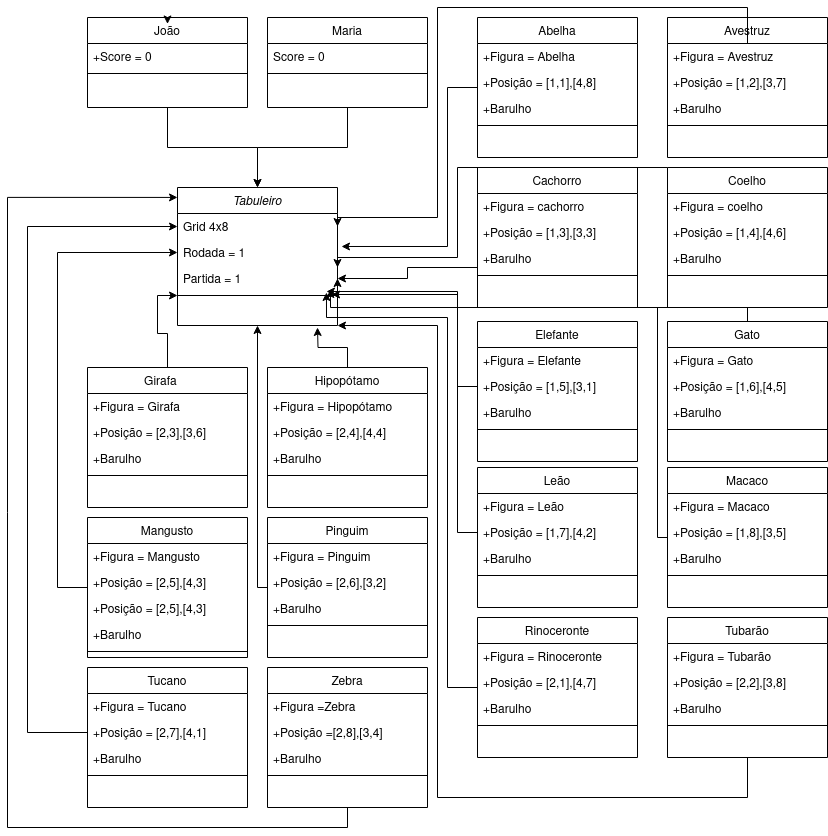
This is Diagrama de Objetos.drawio.png from FelipeRibeirooo/Entrega-03-OO-UML, a draw.io export, as it was before one commit. Source tidied: cells renumbered, new cells last; positions are measured from the earlier drawing's top-left corner, leaving out a move shared by most shapes.
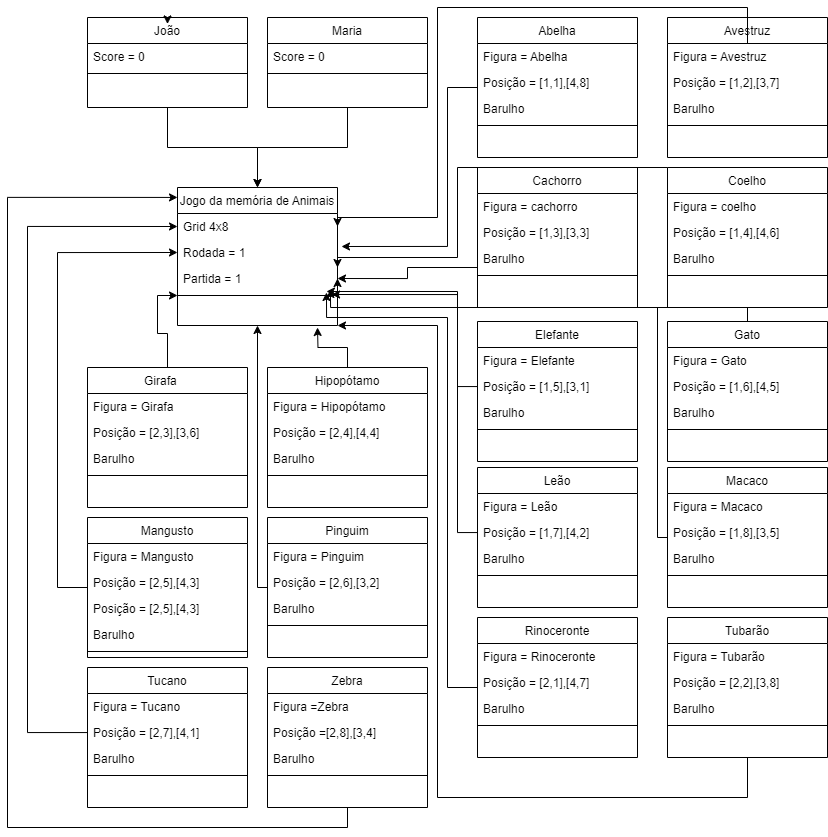
The same diagram one commit later.

The edit, as a diff of the source:
```diff
@@ -4,3 +4,3 @@
     <mxCell id="1" parent="0" />
-    <mxCell id="2" value="Tabuleiro" style="swimlane;fontStyle=2;align=center;verticalAlign=top;horizontal=1;startSize=26;rounded=0;shadow=0;strokeWidth=1;" parent="1" vertex="1">
+    <mxCell id="2" value="Jogo da memória de Animais" style="swimlane;fontStyle=0;align=center;verticalAlign=top;horizontal=1;startSize=26;rounded=0;shadow=0;strokeWidth=1;" parent="1" vertex="1">
       <mxGeometry x="170" y="180" width="160" height="138" as="geometry" />
@@ -25,3 +25,3 @@
     </mxCell>
-    <mxCell id="9" value="+Score = 0" style="text;align=left;verticalAlign=top;spacingLeft=4;spacingRight=4;overflow=hidden;" parent="8" vertex="1">
+    <mxCell id="9" value="Score = 0" style="text;align=left;verticalAlign=top;spacingLeft=4;spacingRight=4;overflow=hidden;" parent="8" vertex="1">
       <mxGeometry y="26" width="160" height="26" as="geometry" />
@@ -46,9 +46,9 @@
     </mxCell>
-    <mxCell id="16" value="+Figura = Abelha" style="text;align=left;verticalAlign=top;spacingLeft=4;spacingRight=4;overflow=hidden;" parent="15" vertex="1">
+    <mxCell id="16" value="Figura = Abelha" style="text;align=left;verticalAlign=top;spacingLeft=4;spacingRight=4;overflow=hidden;" parent="15" vertex="1">
       <mxGeometry y="26" width="160" height="26" as="geometry" />
     </mxCell>
-    <mxCell id="17" value="+Posição = [1,1],[4,8]" style="text;align=left;verticalAlign=top;spacingLeft=4;spacingRight=4;overflow=hidden;rounded=0;shadow=0;html=0;" parent="15" vertex="1">
+    <mxCell id="17" value="Posição = [1,1],[4,8]" style="text;align=left;verticalAlign=top;spacingLeft=4;spacingRight=4;overflow=hidden;rounded=0;shadow=0;html=0;" parent="15" vertex="1">
       <mxGeometry y="52" width="160" height="26" as="geometry" />
     </mxCell>
-    <mxCell id="18" value="+Barulho" style="text;align=left;verticalAlign=top;spacingLeft=4;spacingRight=4;overflow=hidden;rounded=0;shadow=0;html=0;" parent="15" vertex="1">
+    <mxCell id="18" value="Barulho" style="text;align=left;verticalAlign=top;spacingLeft=4;spacingRight=4;overflow=hidden;rounded=0;shadow=0;html=0;" parent="15" vertex="1">
       <mxGeometry y="78" width="160" height="26" as="geometry" />
@@ -64,9 +64,9 @@
     </mxCell>
-    <mxCell id="22" value="+Figura = Avestruz" style="text;align=left;verticalAlign=top;spacingLeft=4;spacingRight=4;overflow=hidden;points=[[0,0.5],[1,0.5]];portConstraint=eastwest;" parent="21" vertex="1">
+    <mxCell id="22" value="Figura = Avestruz" style="text;align=left;verticalAlign=top;spacingLeft=4;spacingRight=4;overflow=hidden;points=[[0,0.5],[1,0.5]];portConstraint=eastwest;" parent="21" vertex="1">
       <mxGeometry y="26" width="160" height="26" as="geometry" />
     </mxCell>
-    <mxCell id="23" value="+Posição = [1,2],[3,7]" style="text;align=left;verticalAlign=top;spacingLeft=4;spacingRight=4;overflow=hidden;rounded=0;shadow=0;html=0;" parent="21" vertex="1">
+    <mxCell id="23" value="Posição = [1,2],[3,7]" style="text;align=left;verticalAlign=top;spacingLeft=4;spacingRight=4;overflow=hidden;rounded=0;shadow=0;html=0;" parent="21" vertex="1">
       <mxGeometry y="52" width="160" height="26" as="geometry" />
     </mxCell>
-    <mxCell id="24" value="+Barulho" style="text;align=left;verticalAlign=top;spacingLeft=4;spacingRight=4;overflow=hidden;rounded=0;shadow=0;html=0;" parent="21" vertex="1">
+    <mxCell id="24" value="Barulho" style="text;align=left;verticalAlign=top;spacingLeft=4;spacingRight=4;overflow=hidden;rounded=0;shadow=0;html=0;" parent="21" vertex="1">
       <mxGeometry y="78" width="160" height="26" as="geometry" />
@@ -82,9 +82,9 @@
     </mxCell>
-    <mxCell id="28" value="+Figura = Girafa" style="text;align=left;verticalAlign=top;spacingLeft=4;spacingRight=4;overflow=hidden;" parent="27" vertex="1">
+    <mxCell id="28" value="Figura = Girafa" style="text;align=left;verticalAlign=top;spacingLeft=4;spacingRight=4;overflow=hidden;" parent="27" vertex="1">
       <mxGeometry y="26" width="160" height="26" as="geometry" />
     </mxCell>
-    <mxCell id="29" value="+Posição = [2,3],[3,6]" style="text;align=left;verticalAlign=top;spacingLeft=4;spacingRight=4;overflow=hidden;rounded=0;shadow=0;html=0;" parent="27" vertex="1">
+    <mxCell id="29" value="Posição = [2,3],[3,6]" style="text;align=left;verticalAlign=top;spacingLeft=4;spacingRight=4;overflow=hidden;rounded=0;shadow=0;html=0;" parent="27" vertex="1">
       <mxGeometry y="52" width="160" height="26" as="geometry" />
     </mxCell>
-    <mxCell id="30" value="+Barulho" style="text;align=left;verticalAlign=top;spacingLeft=4;spacingRight=4;overflow=hidden;rounded=0;shadow=0;html=0;" parent="27" vertex="1">
+    <mxCell id="30" value="Barulho" style="text;align=left;verticalAlign=top;spacingLeft=4;spacingRight=4;overflow=hidden;rounded=0;shadow=0;html=0;" parent="27" vertex="1">
       <mxGeometry y="78" width="160" height="26" as="geometry" />
@@ -97,9 +97,9 @@
     </mxCell>
-    <mxCell id="33" value="+Figura = cachorro" style="text;align=left;verticalAlign=top;spacingLeft=4;spacingRight=4;overflow=hidden;" parent="32" vertex="1">
+    <mxCell id="33" value="Figura = cachorro" style="text;align=left;verticalAlign=top;spacingLeft=4;spacingRight=4;overflow=hidden;" parent="32" vertex="1">
       <mxGeometry y="26" width="160" height="26" as="geometry" />
     </mxCell>
-    <mxCell id="34" value="+Posição = [1,3],[3,3]" style="text;align=left;verticalAlign=top;spacingLeft=4;spacingRight=4;overflow=hidden;rounded=0;shadow=0;html=0;" parent="32" vertex="1">
+    <mxCell id="34" value="Posição = [1,3],[3,3]" style="text;align=left;verticalAlign=top;spacingLeft=4;spacingRight=4;overflow=hidden;rounded=0;shadow=0;html=0;" parent="32" vertex="1">
       <mxGeometry y="52" width="160" height="26" as="geometry" />
     </mxCell>
-    <mxCell id="35" value="+Barulho" style="text;align=left;verticalAlign=top;spacingLeft=4;spacingRight=4;overflow=hidden;points=[[0,0.5],[1,0.5]];portConstraint=eastwest;rounded=0;shadow=0;html=0;" parent="32" vertex="1">
+    <mxCell id="35" value="Barulho" style="text;align=left;verticalAlign=top;spacingLeft=4;spacingRight=4;overflow=hidden;points=[[0,0.5],[1,0.5]];portConstraint=eastwest;rounded=0;shadow=0;html=0;" parent="32" vertex="1">
       <mxGeometry y="78" width="160" height="26" as="geometry" />
@@ -112,9 +112,9 @@
     </mxCell>
-    <mxCell id="38" value="+Figura = coelho" style="text;align=left;verticalAlign=top;spacingLeft=4;spacingRight=4;overflow=hidden;" parent="37" vertex="1">
+    <mxCell id="38" value="Figura = coelho" style="text;align=left;verticalAlign=top;spacingLeft=4;spacingRight=4;overflow=hidden;" parent="37" vertex="1">
       <mxGeometry y="26" width="160" height="26" as="geometry" />
     </mxCell>
-    <mxCell id="39" value="+Posição = [1,4],[4,6]" style="text;align=left;verticalAlign=top;spacingLeft=4;spacingRight=4;overflow=hidden;rounded=0;shadow=0;html=0;" parent="37" vertex="1">
+    <mxCell id="39" value="Posição = [1,4],[4,6]" style="text;align=left;verticalAlign=top;spacingLeft=4;spacingRight=4;overflow=hidden;rounded=0;shadow=0;html=0;" parent="37" vertex="1">
       <mxGeometry y="52" width="160" height="26" as="geometry" />
     </mxCell>
-    <mxCell id="40" value="+Barulho" style="text;align=left;verticalAlign=top;spacingLeft=4;spacingRight=4;overflow=hidden;rounded=0;shadow=0;html=0;" parent="37" vertex="1">
+    <mxCell id="40" value="Barulho" style="text;align=left;verticalAlign=top;spacingLeft=4;spacingRight=4;overflow=hidden;rounded=0;shadow=0;html=0;" parent="37" vertex="1">
       <mxGeometry y="78" width="160" height="26" as="geometry" />
@@ -132,9 +132,9 @@
     </mxCell>
-    <mxCell id="44" value="+Figura = Hipopótamo" style="text;align=left;verticalAlign=top;spacingLeft=4;spacingRight=4;overflow=hidden;" parent="43" vertex="1">
+    <mxCell id="44" value="Figura = Hipopótamo" style="text;align=left;verticalAlign=top;spacingLeft=4;spacingRight=4;overflow=hidden;" parent="43" vertex="1">
       <mxGeometry y="26" width="160" height="26" as="geometry" />
     </mxCell>
-    <mxCell id="45" value="+Posição = [2,4],[4,4]" style="text;align=left;verticalAlign=top;spacingLeft=4;spacingRight=4;overflow=hidden;rounded=0;shadow=0;html=0;" parent="43" vertex="1">
+    <mxCell id="45" value="Posição = [2,4],[4,4]" style="text;align=left;verticalAlign=top;spacingLeft=4;spacingRight=4;overflow=hidden;rounded=0;shadow=0;html=0;" parent="43" vertex="1">
       <mxGeometry y="52" width="160" height="26" as="geometry" />
     </mxCell>
-    <mxCell id="46" value="+Barulho" style="text;align=left;verticalAlign=top;spacingLeft=4;spacingRight=4;overflow=hidden;rounded=0;shadow=0;html=0;" parent="43" vertex="1">
+    <mxCell id="46" value="Barulho" style="text;align=left;verticalAlign=top;spacingLeft=4;spacingRight=4;overflow=hidden;rounded=0;shadow=0;html=0;" parent="43" vertex="1">
       <mxGeometry y="78" width="160" height="26" as="geometry" />
@@ -147,9 +147,9 @@
     </mxCell>
-    <mxCell id="49" value="+Figura = Elefante" style="text;align=left;verticalAlign=top;spacingLeft=4;spacingRight=4;overflow=hidden;" parent="48" vertex="1">
+    <mxCell id="49" value="Figura = Elefante" style="text;align=left;verticalAlign=top;spacingLeft=4;spacingRight=4;overflow=hidden;" parent="48" vertex="1">
       <mxGeometry y="26" width="160" height="26" as="geometry" />
     </mxCell>
-    <mxCell id="50" value="+Posição = [1,5],[3,1]" style="text;align=left;verticalAlign=top;spacingLeft=4;spacingRight=4;overflow=hidden;points=[[0,0.5],[1,0.5]];portConstraint=eastwest;rounded=0;shadow=0;html=0;" parent="48" vertex="1">
+    <mxCell id="50" value="Posição = [1,5],[3,1]" style="text;align=left;verticalAlign=top;spacingLeft=4;spacingRight=4;overflow=hidden;points=[[0,0.5],[1,0.5]];portConstraint=eastwest;rounded=0;shadow=0;html=0;" parent="48" vertex="1">
       <mxGeometry y="52" width="160" height="26" as="geometry" />
     </mxCell>
-    <mxCell id="51" value="+Barulho" style="text;align=left;verticalAlign=top;spacingLeft=4;spacingRight=4;overflow=hidden;rounded=0;shadow=0;html=0;" parent="48" vertex="1">
+    <mxCell id="51" value="Barulho" style="text;align=left;verticalAlign=top;spacingLeft=4;spacingRight=4;overflow=hidden;rounded=0;shadow=0;html=0;" parent="48" vertex="1">
       <mxGeometry y="78" width="160" height="26" as="geometry" />
@@ -170,9 +170,9 @@
     </mxCell>
-    <mxCell id="55" value="+Figura = Gato" style="text;align=left;verticalAlign=top;spacingLeft=4;spacingRight=4;overflow=hidden;" parent="54" vertex="1">
+    <mxCell id="55" value="Figura = Gato" style="text;align=left;verticalAlign=top;spacingLeft=4;spacingRight=4;overflow=hidden;" parent="54" vertex="1">
       <mxGeometry y="26" width="160" height="26" as="geometry" />
     </mxCell>
-    <mxCell id="56" value="+Posição = [1,6],[4,5]" style="text;align=left;verticalAlign=top;spacingLeft=4;spacingRight=4;overflow=hidden;rounded=0;shadow=0;html=0;" parent="54" vertex="1">
+    <mxCell id="56" value="Posição = [1,6],[4,5]" style="text;align=left;verticalAlign=top;spacingLeft=4;spacingRight=4;overflow=hidden;rounded=0;shadow=0;html=0;" parent="54" vertex="1">
       <mxGeometry y="52" width="160" height="26" as="geometry" />
     </mxCell>
-    <mxCell id="57" value="+Barulho" style="text;align=left;verticalAlign=top;spacingLeft=4;spacingRight=4;overflow=hidden;rounded=0;shadow=0;html=0;" parent="54" vertex="1">
+    <mxCell id="57" value="Barulho" style="text;align=left;verticalAlign=top;spacingLeft=4;spacingRight=4;overflow=hidden;rounded=0;shadow=0;html=0;" parent="54" vertex="1">
       <mxGeometry y="78" width="160" height="26" as="geometry" />
@@ -185,9 +185,9 @@
     </mxCell>
-    <mxCell id="60" value="+Figura = Rinoceronte" style="text;align=left;verticalAlign=top;spacingLeft=4;spacingRight=4;overflow=hidden;" parent="59" vertex="1">
+    <mxCell id="60" value="Figura = Rinoceronte" style="text;align=left;verticalAlign=top;spacingLeft=4;spacingRight=4;overflow=hidden;" parent="59" vertex="1">
       <mxGeometry y="26" width="160" height="26" as="geometry" />
     </mxCell>
-    <mxCell id="61" value="+Posição = [2,1],[4,7]" style="text;align=left;verticalAlign=top;spacingLeft=4;spacingRight=4;overflow=hidden;rounded=0;shadow=0;html=0;" parent="59" vertex="1">
+    <mxCell id="61" value="Posição = [2,1],[4,7]" style="text;align=left;verticalAlign=top;spacingLeft=4;spacingRight=4;overflow=hidden;rounded=0;shadow=0;html=0;" parent="59" vertex="1">
       <mxGeometry y="52" width="160" height="26" as="geometry" />
     </mxCell>
-    <mxCell id="62" value="+Barulho" style="text;align=left;verticalAlign=top;spacingLeft=4;spacingRight=4;overflow=hidden;rounded=0;shadow=0;html=0;" parent="59" vertex="1">
+    <mxCell id="62" value="Barulho" style="text;align=left;verticalAlign=top;spacingLeft=4;spacingRight=4;overflow=hidden;rounded=0;shadow=0;html=0;" parent="59" vertex="1">
       <mxGeometry y="78" width="160" height="26" as="geometry" />
@@ -200,9 +200,9 @@
     </mxCell>
-    <mxCell id="65" value="+Figura = Leão" style="text;align=left;verticalAlign=top;spacingLeft=4;spacingRight=4;overflow=hidden;" parent="64" vertex="1">
+    <mxCell id="65" value="Figura = Leão" style="text;align=left;verticalAlign=top;spacingLeft=4;spacingRight=4;overflow=hidden;" parent="64" vertex="1">
       <mxGeometry y="26" width="160" height="26" as="geometry" />
     </mxCell>
-    <mxCell id="66" value="+Posição = [1,7],[4,2]" style="text;align=left;verticalAlign=top;spacingLeft=4;spacingRight=4;overflow=hidden;points=[[0,0.5],[1,0.5]];portConstraint=eastwest;rounded=0;shadow=0;html=0;" parent="64" vertex="1">
+    <mxCell id="66" value="Posição = [1,7],[4,2]" style="text;align=left;verticalAlign=top;spacingLeft=4;spacingRight=4;overflow=hidden;points=[[0,0.5],[1,0.5]];portConstraint=eastwest;rounded=0;shadow=0;html=0;" parent="64" vertex="1">
       <mxGeometry y="52" width="160" height="26" as="geometry" />
     </mxCell>
-    <mxCell id="67" value="+Barulho" style="text;align=left;verticalAlign=top;spacingLeft=4;spacingRight=4;overflow=hidden;rounded=0;shadow=0;html=0;" parent="64" vertex="1">
+    <mxCell id="67" value="Barulho" style="text;align=left;verticalAlign=top;spacingLeft=4;spacingRight=4;overflow=hidden;rounded=0;shadow=0;html=0;" parent="64" vertex="1">
       <mxGeometry y="78" width="160" height="26" as="geometry" />
@@ -215,9 +215,9 @@
     </mxCell>
-    <mxCell id="70" value="+Figura = Macaco" style="text;align=left;verticalAlign=top;spacingLeft=4;spacingRight=4;overflow=hidden;" parent="69" vertex="1">
+    <mxCell id="70" value="Figura = Macaco" style="text;align=left;verticalAlign=top;spacingLeft=4;spacingRight=4;overflow=hidden;" parent="69" vertex="1">
       <mxGeometry y="26" width="160" height="26" as="geometry" />
     </mxCell>
-    <mxCell id="71" value="+Posição = [1,8],[3,5]" style="text;align=left;verticalAlign=top;spacingLeft=4;spacingRight=4;overflow=hidden;rounded=0;shadow=0;html=0;" parent="69" vertex="1">
+    <mxCell id="71" value="Posição = [1,8],[3,5]" style="text;align=left;verticalAlign=top;spacingLeft=4;spacingRight=4;overflow=hidden;rounded=0;shadow=0;html=0;" parent="69" vertex="1">
       <mxGeometry y="52" width="160" height="26" as="geometry" />
     </mxCell>
-    <mxCell id="72" value="+Barulho" style="text;align=left;verticalAlign=top;spacingLeft=4;spacingRight=4;overflow=hidden;rounded=0;shadow=0;html=0;" parent="69" vertex="1">
+    <mxCell id="72" value="Barulho" style="text;align=left;verticalAlign=top;spacingLeft=4;spacingRight=4;overflow=hidden;rounded=0;shadow=0;html=0;" parent="69" vertex="1">
       <mxGeometry y="78" width="160" height="26" as="geometry" />
@@ -239,9 +239,9 @@
     </mxCell>
-    <mxCell id="76" value="+Figura = Tubarão" style="text;align=left;verticalAlign=top;spacingLeft=4;spacingRight=4;overflow=hidden;" parent="75" vertex="1">
+    <mxCell id="76" value="Figura = Tubarão" style="text;align=left;verticalAlign=top;spacingLeft=4;spacingRight=4;overflow=hidden;" parent="75" vertex="1">
       <mxGeometry y="26" width="160" height="26" as="geometry" />
     </mxCell>
-    <mxCell id="77" value="+Posição = [2,2],[3,8]" style="text;align=left;verticalAlign=top;spacingLeft=4;spacingRight=4;overflow=hidden;rounded=0;shadow=0;html=0;" parent="75" vertex="1">
+    <mxCell id="77" value="Posição = [2,2],[3,8]" style="text;align=left;verticalAlign=top;spacingLeft=4;spacingRight=4;overflow=hidden;rounded=0;shadow=0;html=0;" parent="75" vertex="1">
       <mxGeometry y="52" width="160" height="26" as="geometry" />
     </mxCell>
-    <mxCell id="78" value="+Barulho" style="text;align=left;verticalAlign=top;spacingLeft=4;spacingRight=4;overflow=hidden;rounded=0;shadow=0;html=0;" parent="75" vertex="1">
+    <mxCell id="78" value="Barulho" style="text;align=left;verticalAlign=top;spacingLeft=4;spacingRight=4;overflow=hidden;rounded=0;shadow=0;html=0;" parent="75" vertex="1">
       <mxGeometry y="78" width="160" height="26" as="geometry" />
@@ -262,12 +262,12 @@
     </mxCell>
-    <mxCell id="82" value="+Figura = Mangusto" style="text;align=left;verticalAlign=top;spacingLeft=4;spacingRight=4;overflow=hidden;" parent="81" vertex="1">
+    <mxCell id="82" value="Figura = Mangusto" style="text;align=left;verticalAlign=top;spacingLeft=4;spacingRight=4;overflow=hidden;" parent="81" vertex="1">
       <mxGeometry y="26" width="160" height="26" as="geometry" />
     </mxCell>
-    <mxCell id="83" value="+Posição = [2,5],[4,3]" style="text;align=left;verticalAlign=top;spacingLeft=4;spacingRight=4;overflow=hidden;rounded=0;shadow=0;html=0;" parent="81" vertex="1">
+    <mxCell id="83" value="Posição = [2,5],[4,3]" style="text;align=left;verticalAlign=top;spacingLeft=4;spacingRight=4;overflow=hidden;rounded=0;shadow=0;html=0;" parent="81" vertex="1">
       <mxGeometry y="52" width="160" height="26" as="geometry" />
     </mxCell>
-    <mxCell id="84" value="+Posição = [2,5],[4,3]" style="text;align=left;verticalAlign=top;spacingLeft=4;spacingRight=4;overflow=hidden;rounded=0;shadow=0;html=0;" parent="81" vertex="1">
+    <mxCell id="84" value="Posição = [2,5],[4,3]" style="text;align=left;verticalAlign=top;spacingLeft=4;spacingRight=4;overflow=hidden;rounded=0;shadow=0;html=0;" parent="81" vertex="1">
       <mxGeometry y="78" width="160" height="26" as="geometry" />
     </mxCell>
-    <mxCell id="85" value="+Barulho" style="text;align=left;verticalAlign=top;spacingLeft=4;spacingRight=4;overflow=hidden;rounded=0;shadow=0;html=0;" parent="81" vertex="1">
+    <mxCell id="85" value="Barulho" style="text;align=left;verticalAlign=top;spacingLeft=4;spacingRight=4;overflow=hidden;rounded=0;shadow=0;html=0;" parent="81" vertex="1">
       <mxGeometry y="104" width="160" height="26" as="geometry" />
@@ -287,9 +287,9 @@
     </mxCell>
-    <mxCell id="89" value="+Figura = Pinguim" style="text;align=left;verticalAlign=top;spacingLeft=4;spacingRight=4;overflow=hidden;" parent="88" vertex="1">
+    <mxCell id="89" value="Figura = Pinguim" style="text;align=left;verticalAlign=top;spacingLeft=4;spacingRight=4;overflow=hidden;" parent="88" vertex="1">
       <mxGeometry y="26" width="160" height="26" as="geometry" />
     </mxCell>
-    <mxCell id="90" value="+Posição = [2,6],[3,2]" style="text;align=left;verticalAlign=top;spacingLeft=4;spacingRight=4;overflow=hidden;rounded=0;shadow=0;html=0;" parent="88" vertex="1">
+    <mxCell id="90" value="Posição = [2,6],[3,2]" style="text;align=left;verticalAlign=top;spacingLeft=4;spacingRight=4;overflow=hidden;rounded=0;shadow=0;html=0;" parent="88" vertex="1">
       <mxGeometry y="52" width="160" height="26" as="geometry" />
     </mxCell>
-    <mxCell id="91" value="+Barulho" style="text;align=left;verticalAlign=top;spacingLeft=4;spacingRight=4;overflow=hidden;rounded=0;shadow=0;html=0;" parent="88" vertex="1">
+    <mxCell id="91" value="Barulho" style="text;align=left;verticalAlign=top;spacingLeft=4;spacingRight=4;overflow=hidden;rounded=0;shadow=0;html=0;" parent="88" vertex="1">
       <mxGeometry y="78" width="160" height="26" as="geometry" />
@@ -302,9 +302,9 @@
     </mxCell>
-    <mxCell id="94" value="+Figura = Tucano" style="text;align=left;verticalAlign=top;spacingLeft=4;spacingRight=4;overflow=hidden;" parent="93" vertex="1">
+    <mxCell id="94" value="Figura = Tucano" style="text;align=left;verticalAlign=top;spacingLeft=4;spacingRight=4;overflow=hidden;" parent="93" vertex="1">
       <mxGeometry y="26" width="160" height="26" as="geometry" />
     </mxCell>
-    <mxCell id="95" value="+Posição = [2,7],[4,1]" style="text;align=left;verticalAlign=top;spacingLeft=4;spacingRight=4;overflow=hidden;points=[[0,0.5],[1,0.5]];portConstraint=eastwest;rounded=0;shadow=0;html=0;" parent="93" vertex="1">
+    <mxCell id="95" value="Posição = [2,7],[4,1]" style="text;align=left;verticalAlign=top;spacingLeft=4;spacingRight=4;overflow=hidden;points=[[0,0.5],[1,0.5]];portConstraint=eastwest;rounded=0;shadow=0;html=0;" parent="93" vertex="1">
       <mxGeometry y="52" width="160" height="26" as="geometry" />
     </mxCell>
-    <mxCell id="96" value="+Barulho" style="text;align=left;verticalAlign=top;spacingLeft=4;spacingRight=4;overflow=hidden;rounded=0;shadow=0;html=0;" parent="93" vertex="1">
+    <mxCell id="96" value="Barulho" style="text;align=left;verticalAlign=top;spacingLeft=4;spacingRight=4;overflow=hidden;rounded=0;shadow=0;html=0;" parent="93" vertex="1">
       <mxGeometry y="78" width="160" height="26" as="geometry" />
@@ -317,9 +317,9 @@
     </mxCell>
-    <mxCell id="99" value="+Figura =Zebra" style="text;align=left;verticalAlign=top;spacingLeft=4;spacingRight=4;overflow=hidden;" parent="98" vertex="1">
+    <mxCell id="99" value="Figura =Zebra" style="text;align=left;verticalAlign=top;spacingLeft=4;spacingRight=4;overflow=hidden;" parent="98" vertex="1">
       <mxGeometry y="26" width="160" height="26" as="geometry" />
     </mxCell>
-    <mxCell id="100" value="+Posição =[2,8],[3,4]" style="text;align=left;verticalAlign=top;spacingLeft=4;spacingRight=4;overflow=hidden;rounded=0;shadow=0;html=0;" parent="98" vertex="1">
+    <mxCell id="100" value="Posição =[2,8],[3,4]" style="text;align=left;verticalAlign=top;spacingLeft=4;spacingRight=4;overflow=hidden;rounded=0;shadow=0;html=0;" parent="98" vertex="1">
       <mxGeometry y="52" width="160" height="26" as="geometry" />
     </mxCell>
-    <mxCell id="101" value="+Barulho" style="text;align=left;verticalAlign=top;spacingLeft=4;spacingRight=4;overflow=hidden;rounded=0;shadow=0;html=0;" parent="98" vertex="1">
+    <mxCell id="101" value="Barulho" style="text;align=left;verticalAlign=top;spacingLeft=4;spacingRight=4;overflow=hidden;rounded=0;shadow=0;html=0;" parent="98" vertex="1">
       <mxGeometry y="78" width="160" height="26" as="geometry" />
```
